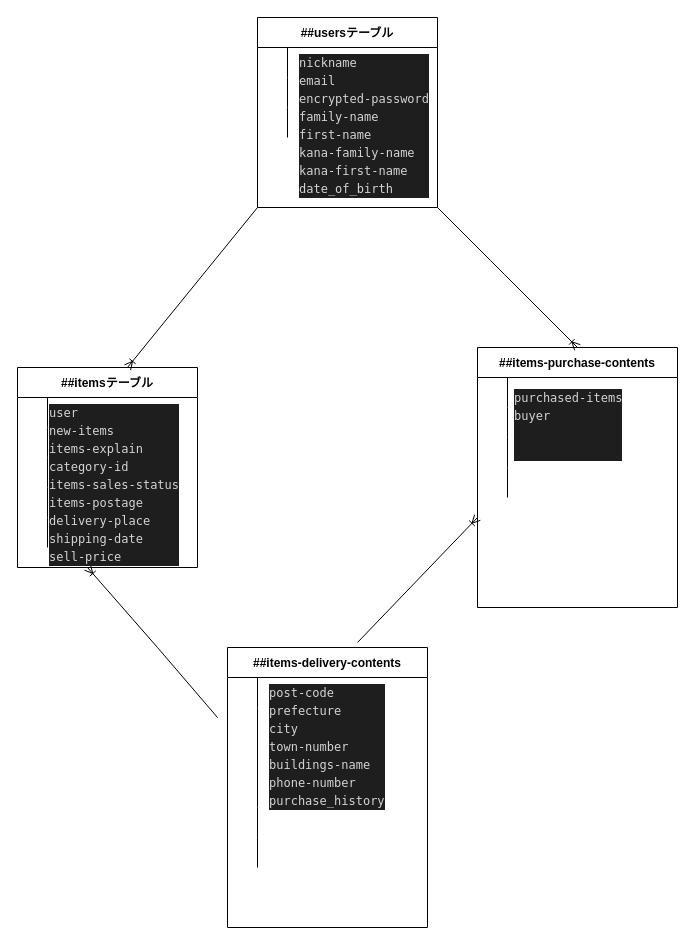
Above: test.dio in aimi-conforti/furima-36699 (draw.io), before the change. Source tidied: cells renumbered, new cells numbered last; positions are measured from the earlier drawing's top-left corner, leaving out a move shared by most shapes. Both pictures are drawn from the tidied source at 100%, with x=0, y=0 at pixel (17, 17).
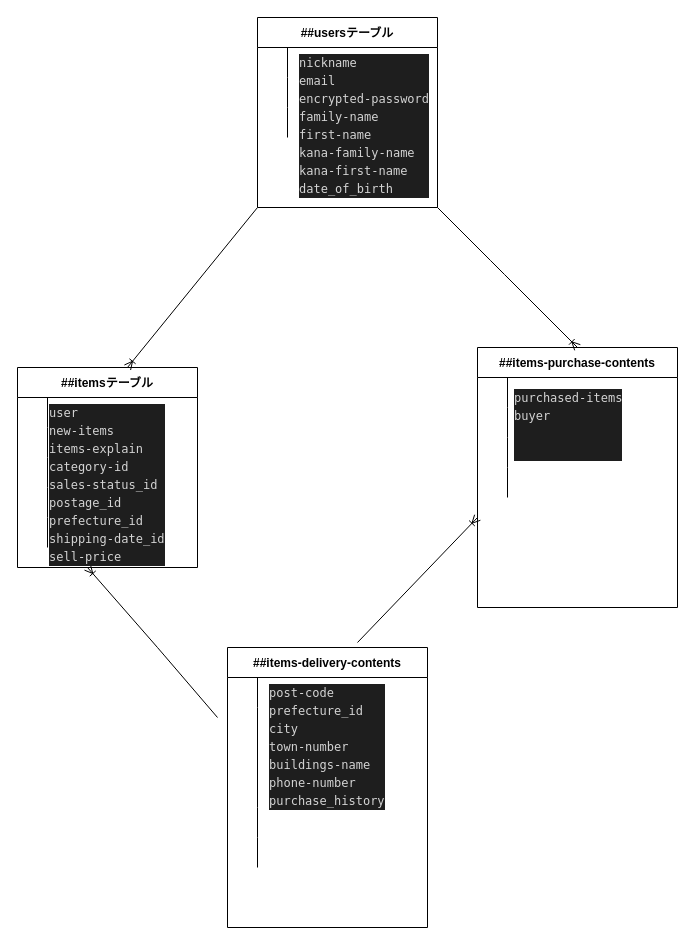
After the change.

Change to the diagram source:
```diff
@@
-    <mxCell id="45" value="&lt;div style=&quot;color: rgb(212 , 212 , 212) ; background-color: rgb(30 , 30 , 30) ; font-family: &amp;#34;menlo&amp;#34; , &amp;#34;monaco&amp;#34; , &amp;#34;courier new&amp;#34; , monospace ; font-weight: normal ; font-size: 12px ; line-height: 18px&quot;&gt;&lt;div&gt;user&lt;/div&gt;&lt;div&gt;new-items&lt;br&gt;&lt;/div&gt;&lt;div&gt;&lt;span style=&quot;color: #d4d4d4&quot;&gt;items-explain&lt;/span&gt;&lt;/div&gt;&lt;div&gt;category-id&lt;/div&gt;&lt;div&gt;&lt;span style=&quot;color: #d4d4d4&quot;&gt;items-sales-status&lt;/span&gt;&lt;/div&gt;&lt;div&gt;&lt;span style=&quot;color: #d4d4d4&quot;&gt;items-postage&lt;/span&gt;&lt;/div&gt;&lt;div&gt;delivery-place&lt;/div&gt;&lt;div&gt;shipping-date&lt;/div&gt;&lt;div&gt;sell-price&lt;/div&gt;&lt;/div&gt;" style="text;whiteSpace=wrap;html=1;" parent="1" vertex="1">
+    <mxCell id="45" value="&lt;div style=&quot;color: rgb(212 , 212 , 212) ; background-color: rgb(30 , 30 , 30) ; font-family: &amp;#34;menlo&amp;#34; , &amp;#34;monaco&amp;#34; , &amp;#34;courier new&amp;#34; , monospace ; font-weight: normal ; font-size: 12px ; line-height: 18px&quot;&gt;&lt;div&gt;user&lt;/div&gt;&lt;div&gt;new-items&lt;br&gt;&lt;/div&gt;&lt;div&gt;&lt;span style=&quot;color: #d4d4d4&quot;&gt;items-explain&lt;/span&gt;&lt;/div&gt;&lt;div&gt;category-id&lt;/div&gt;&lt;div&gt;&lt;span style=&quot;color: #d4d4d4&quot;&gt;sales-status_id&lt;/span&gt;&lt;/div&gt;&lt;div&gt;&lt;span style=&quot;color: #d4d4d4&quot;&gt;postage_id&lt;/span&gt;&lt;/div&gt;&lt;div&gt;prefecture_id&lt;/div&gt;&lt;div&gt;shipping-date_id&lt;/div&gt;&lt;div&gt;sell-price&lt;/div&gt;&lt;/div&gt;" style="text;whiteSpace=wrap;html=1;" parent="1" vertex="1">
       <mxGeometry x="30" y="380" width="140" height="140" as="geometry" />
     </mxCell>
@@
-    <mxCell id="60" value="&lt;div style=&quot;color: rgb(212 , 212 , 212) ; background-color: rgb(30 , 30 , 30) ; font-family: &amp;#34;menlo&amp;#34; , &amp;#34;monaco&amp;#34; , &amp;#34;courier new&amp;#34; , monospace ; font-weight: normal ; font-size: 12px ; line-height: 18px&quot;&gt;&lt;div&gt;post-code&lt;br&gt;&lt;/div&gt;&lt;div&gt;&lt;span style=&quot;color: #d4d4d4&quot;&gt;prefecture&lt;/span&gt;&lt;/div&gt;&lt;div&gt;&lt;span style=&quot;color: #d4d4d4&quot;&gt;city&lt;/span&gt;&lt;/div&gt;&lt;div&gt;&lt;span style=&quot;color: #d4d4d4&quot;&gt;town-number&lt;/span&gt;&lt;/div&gt;&lt;div&gt;&lt;span style=&quot;color: #d4d4d4&quot;&gt;buildings-name&lt;/span&gt;&lt;/div&gt;&lt;div&gt;&lt;span style=&quot;color: #d4d4d4&quot;&gt;phone-number&lt;/span&gt;&lt;/div&gt;&lt;div&gt;&lt;span style=&quot;color: #d4d4d4&quot;&gt;purchase_history&lt;/span&gt;&lt;/div&gt;&lt;/div&gt;" style="text;whiteSpace=wrap;html=1;" parent="1" vertex="1">
+    <mxCell id="60" value="&lt;div style=&quot;color: rgb(212 , 212 , 212) ; background-color: rgb(30 , 30 , 30) ; font-family: &amp;#34;menlo&amp;#34; , &amp;#34;monaco&amp;#34; , &amp;#34;courier new&amp;#34; , monospace ; font-weight: normal ; font-size: 12px ; line-height: 18px&quot;&gt;&lt;div&gt;post-code&lt;br&gt;&lt;/div&gt;&lt;div&gt;&lt;span style=&quot;color: #d4d4d4&quot;&gt;prefecture_id&lt;/span&gt;&lt;/div&gt;&lt;div&gt;&lt;span style=&quot;color: #d4d4d4&quot;&gt;city&lt;/span&gt;&lt;/div&gt;&lt;div&gt;&lt;span style=&quot;color: #d4d4d4&quot;&gt;town-number&lt;/span&gt;&lt;/div&gt;&lt;div&gt;&lt;span style=&quot;color: #d4d4d4&quot;&gt;buildings-name&lt;/span&gt;&lt;/div&gt;&lt;div&gt;&lt;span style=&quot;color: #d4d4d4&quot;&gt;phone-number&lt;/span&gt;&lt;/div&gt;&lt;div&gt;&lt;span style=&quot;color: #d4d4d4&quot;&gt;purchase_history&lt;/span&gt;&lt;/div&gt;&lt;/div&gt;" style="text;whiteSpace=wrap;html=1;" parent="1" vertex="1">
       <mxGeometry x="250" y="660" width="120" height="250" as="geometry" />
     </mxCell>
```
